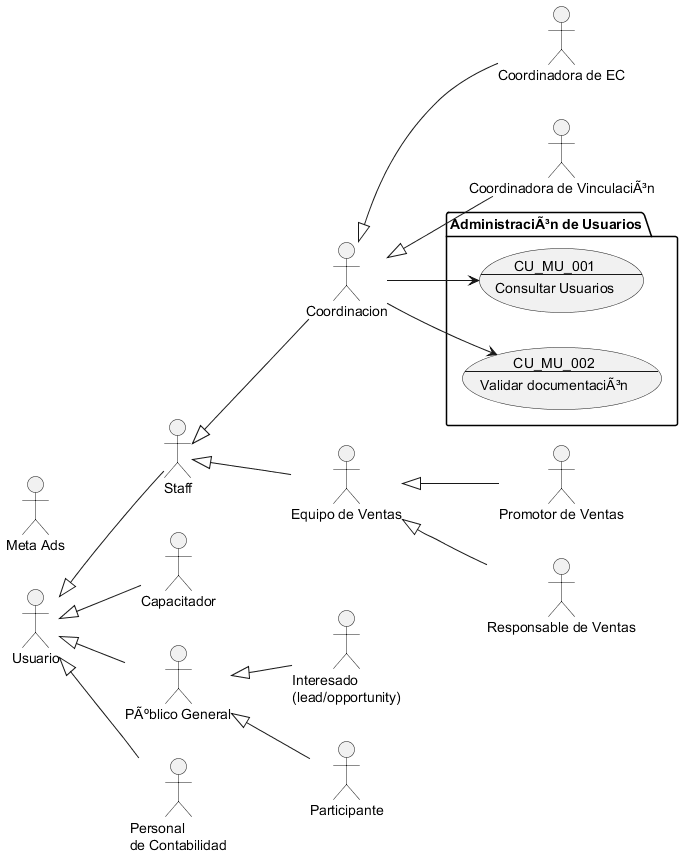
Proyectos-Vinculacion-FMAT/ECFCA keeps this PlantUML diagram as Docs/Requerimientos/Diagramas/img/Administración de Usuarios.png. Above is the earlier version.
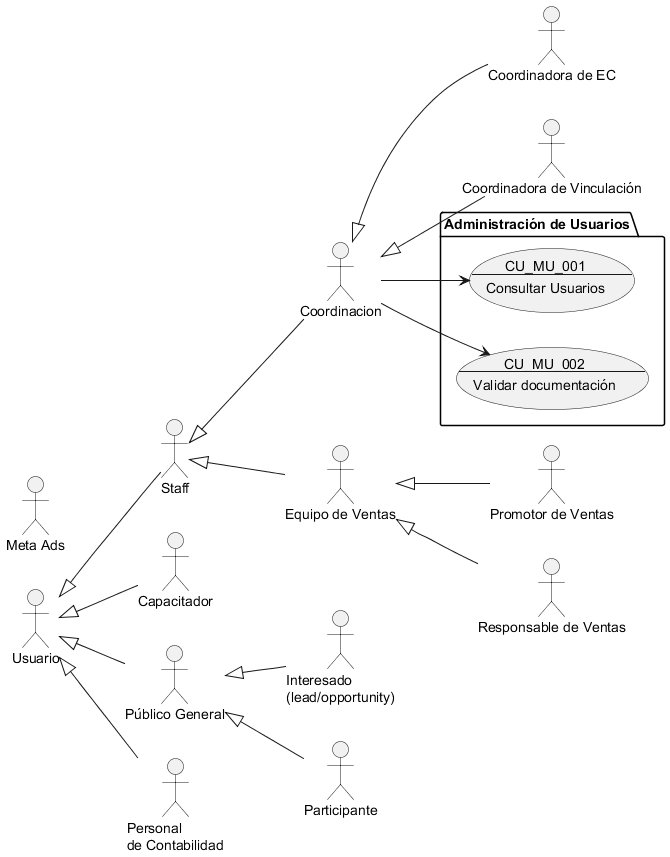
Later version of the same file.

Change to the diagram source:
```diff
@@ -1,8 +1,8 @@
-@startuml AdministraciÃ³n de Usuarios
+@startuml Administración de Usuarios
 
 !include Actores.puml
 
-package "AdministraciÃ³n de Usuarios" {
+package "Administración de Usuarios" {
     usecase CU_MU_001 as "
     CU_MU_001
     ---
@@ -11,7 +11,7 @@
     usecase CU_MU_002 as "
     CU_MU_002
     ---
-    Validar documentaciÃ³n
+    Validar documentación
     "
 }
 
```
